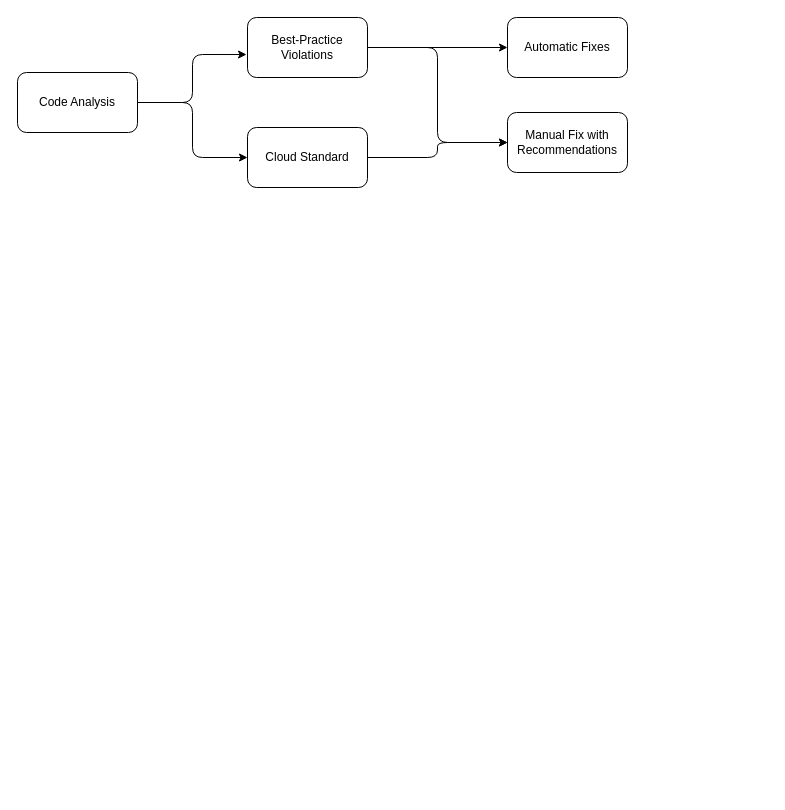
The draw.io diagram page "Remediation" (2 of 2) of upgrade-tool/digit-design-diagram.drawio in kumarje/solutionteam, before the edit. Source tidied: cells renumbered, new cells numbered last; positions are measured from the earlier drawing's top-left corner, leaving out a move shared by most shapes. Both pictures are drawn from the tidied source at 100%, with x=0, y=0 at pixel (17, 17).
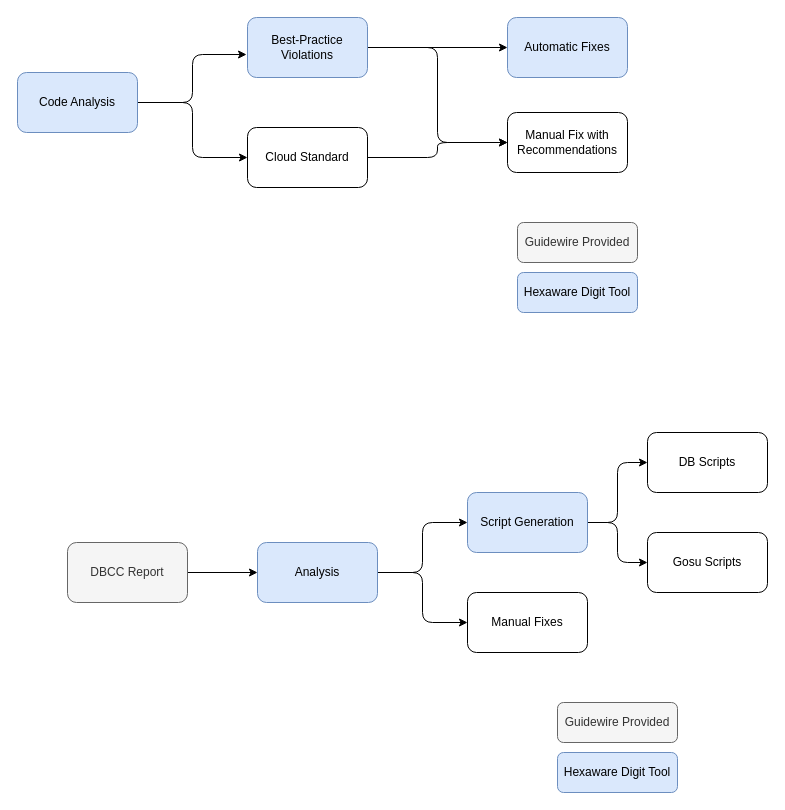
Above is the later version.

What changed in the source:
```diff
@@
-    <mxCell id="4" value="Code Analysis" style="rounded=1;whiteSpace=wrap;html=1;" parent="1" vertex="1">
+    <mxCell id="4" value="Code Analysis" style="rounded=1;whiteSpace=wrap;html=1;fillColor=#dae8fc;strokeColor=#6c8ebf;" parent="1" vertex="1">
       <mxGeometry y="55" width="120" height="60" as="geometry" />
     </mxCell>
@@
-    <mxCell id="7" value="Best-Practice Violations" style="rounded=1;whiteSpace=wrap;html=1;" parent="1" vertex="1">
+    <mxCell id="7" value="Best-Practice Violations" style="rounded=1;whiteSpace=wrap;html=1;fillColor=#dae8fc;strokeColor=#6c8ebf;" parent="1" vertex="1">
       <mxGeometry x="230" width="120" height="60" as="geometry" />
     </mxCell>
@@
-    <mxCell id="10" value="Automatic Fixes" style="rounded=1;whiteSpace=wrap;html=1;" parent="1" vertex="1">
+    <mxCell id="10" value="Automatic Fixes" style="rounded=1;whiteSpace=wrap;html=1;fillColor=#dae8fc;strokeColor=#6c8ebf;" parent="1" vertex="1">
       <mxGeometry x="490" width="120" height="60" as="geometry" />
     </mxCell>
@@
+    <mxCell id="12" style="edgeStyle=orthogonalEdgeStyle;rounded=1;jettySize=auto;html=1;entryX=0;entryY=0.5;entryDx=0;entryDy=0;" parent="1" edge="1" source="13" target="16">
+      <mxGeometry relative="1" as="geometry" />
+    </mxCell>
+    <mxCell id="13" value="DBCC Report" style="rounded=1;whiteSpace=wrap;html=1;fillColor=#f5f5f5;strokeColor=#666666;fontColor=#333333;" parent="1" vertex="1">
+      <mxGeometry x="50" y="525" width="120" height="60" as="geometry" />
+    </mxCell>
+    <mxCell id="14" style="edgeStyle=orthogonalEdgeStyle;rounded=1;jettySize=auto;html=1;entryX=0;entryY=0.5;entryDx=0;entryDy=0;" parent="1" edge="1" source="16" target="19">
+      <mxGeometry relative="1" as="geometry" />
+    </mxCell>
+    <mxCell id="15" style="edgeStyle=orthogonalEdgeStyle;rounded=1;jettySize=auto;html=1;entryX=0;entryY=0.5;entryDx=0;entryDy=0;" parent="1" edge="1" source="16" target="20">
+      <mxGeometry relative="1" as="geometry" />
+    </mxCell>
+    <mxCell id="16" value="Analysis" style="rounded=1;whiteSpace=wrap;html=1;fillColor=#dae8fc;strokeColor=#6c8ebf;" parent="1" vertex="1">
+      <mxGeometry x="240" y="525" width="120" height="60" as="geometry" />
+    </mxCell>
+    <mxCell id="17" style="edgeStyle=orthogonalEdgeStyle;rounded=1;jettySize=auto;html=1;entryX=0;entryY=0.5;entryDx=0;entryDy=0;" parent="1" edge="1" source="19" target="21">
+      <mxGeometry relative="1" as="geometry" />
+    </mxCell>
+    <mxCell id="18" style="edgeStyle=orthogonalEdgeStyle;rounded=1;jettySize=auto;html=1;" parent="1" edge="1" source="19" target="22">
+      <mxGeometry relative="1" as="geometry" />
+    </mxCell>
+    <mxCell id="19" value="Script Generation" style="rounded=1;whiteSpace=wrap;html=1;fillColor=#dae8fc;strokeColor=#6c8ebf;" parent="1" vertex="1">
+      <mxGeometry x="450" y="475" width="120" height="60" as="geometry" />
+    </mxCell>
+    <mxCell id="20" value="Manual Fixes" style="rounded=1;whiteSpace=wrap;html=1;" parent="1" vertex="1">
+      <mxGeometry x="450" y="575" width="120" height="60" as="geometry" />
+    </mxCell>
+    <mxCell id="21" value="DB Scripts" style="rounded=1;whiteSpace=wrap;html=1;" parent="1" vertex="1">
+      <mxGeometry x="630" y="415" width="120" height="60" as="geometry" />
+    </mxCell>
+    <mxCell id="22" value="Gosu Scripts" style="rounded=1;whiteSpace=wrap;html=1;" parent="1" vertex="1">
+      <mxGeometry x="630" y="515" width="120" height="60" as="geometry" />
+    </mxCell>
+    <mxCell id="23" value="Guidewire Provided" style="rounded=1;whiteSpace=wrap;html=1;fillColor=#f5f5f5;strokeColor=#666666;fontColor=#333333;" parent="1" vertex="1">
+      <mxGeometry x="540" y="685" width="120" height="40" as="geometry" />
+    </mxCell>
+    <mxCell id="24" value="Hexaware Digit Tool" style="rounded=1;whiteSpace=wrap;html=1;fillColor=#dae8fc;strokeColor=#6c8ebf;" parent="1" vertex="1">
+      <mxGeometry x="540" y="735" width="120" height="40" as="geometry" />
+    </mxCell>
+    <mxCell id="25" value="Guidewire Provided" style="rounded=1;whiteSpace=wrap;html=1;fillColor=#f5f5f5;strokeColor=#666666;fontColor=#333333;" parent="1" vertex="1">
+      <mxGeometry x="500" y="205" width="120" height="40" as="geometry" />
+    </mxCell>
+    <mxCell id="26" value="Hexaware Digit Tool" style="rounded=1;whiteSpace=wrap;html=1;fillColor=#dae8fc;strokeColor=#6c8ebf;" parent="1" vertex="1">
+      <mxGeometry x="500" y="255" width="120" height="40" as="geometry" />
+    </mxCell>
```
